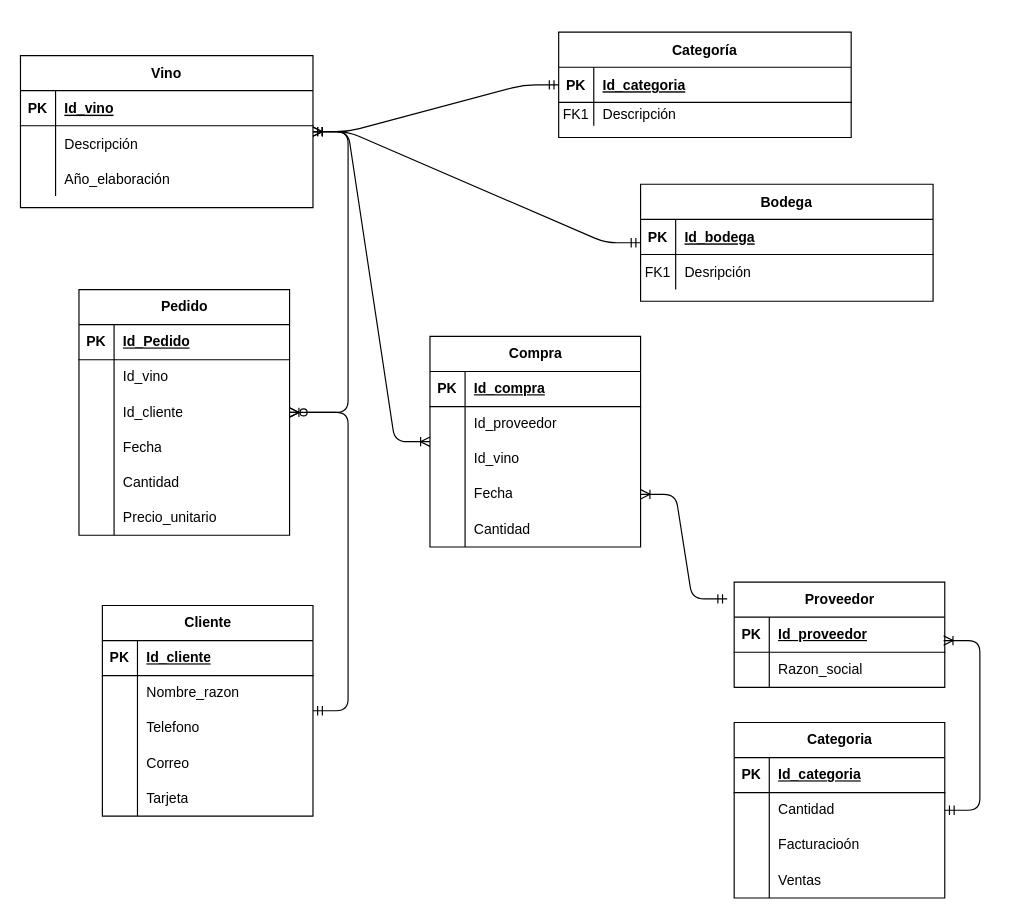
Above: Diagrama sin título.drawio in SamYuyita/Un-vino-ahora-gps (draw.io), before the change. Source tidied: cells renumbered, new cells numbered last; positions are measured from the earlier drawing's top-left corner, leaving out a move shared by most shapes. Both pictures are drawn from the tidied source at 117%, with x=0, y=0 at pixel (20, 32).
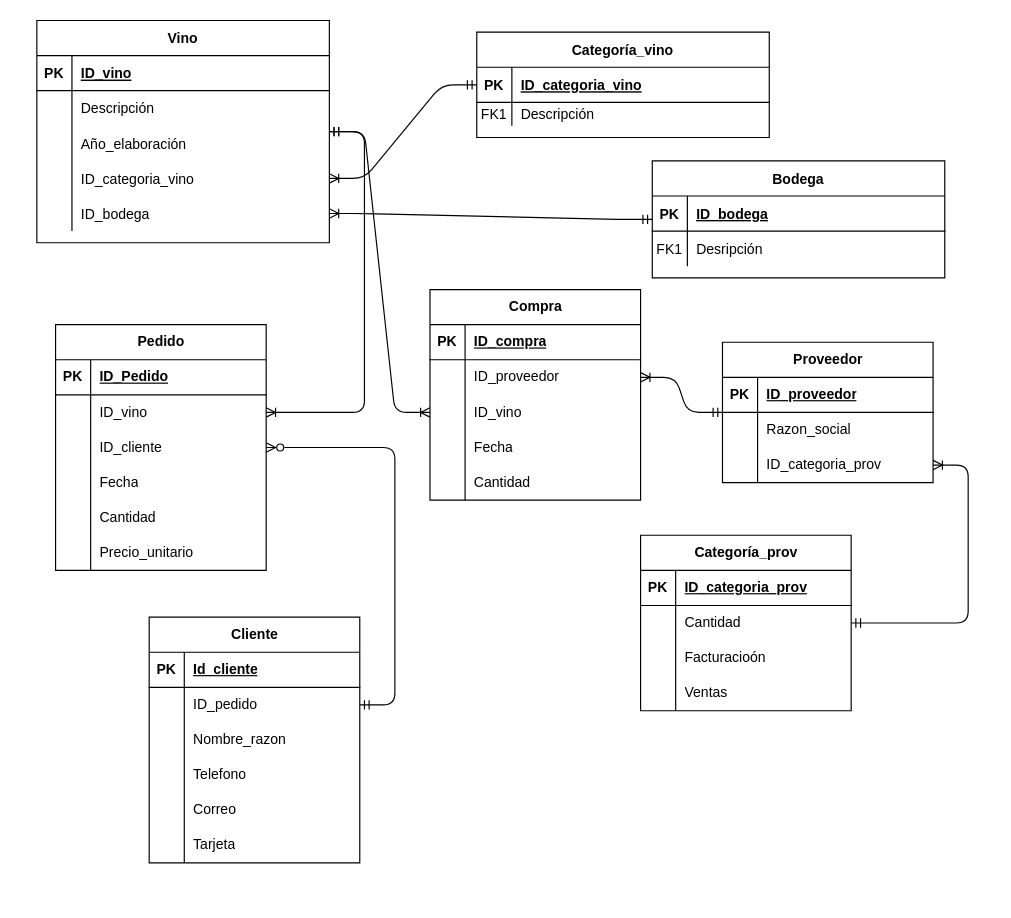
Above is the later version.

Unchanged cells that the change refers to:
```xml
<mxCell id="5" style="shape=partialRectangle;fillColor=none;top=0;left=0;right=0;bottom=1;" parent="4" vertex="1">
  <mxGeometry y="30" width="250" height="30" as="geometry" />
</mxCell>
<mxCell id="12" style="shape=partialRectangle;fillColor=none;top=0;left=0;right=0;bottom=1;" parent="11" vertex="1">
  <mxGeometry y="30" width="250" height="30" as="geometry" />
</mxCell>
<mxCell id="19" style="shape=partialRectangle;fillColor=none;top=0;left=0;right=0;bottom=1;" parent="18" vertex="1">
  <mxGeometry y="30" width="250" height="30" as="geometry" />
</mxCell>
<mxCell id="29" style="shape=tableRow;horizontal=0;startSize=0;swimlaneHead=0;swimlaneBody=0;fillColor=none;top=0;left=0;right=0;bottom=1;" parent="28" vertex="1">
  <mxGeometry y="30" width="180" height="30" as="geometry" />
</mxCell>
<mxCell id="32" style="shape=tableRow;horizontal=0;startSize=0;swimlaneHead=0;swimlaneBody=0;fillColor=none;points=[[0,0.5],[1,0.5]];portConstraint=eastwest;top=0;left=0;right=0;bottom=0;" parent="28" vertex="1">
  <mxGeometry y="60" width="180" height="30" as="geometry" />
</mxCell>
<mxCell id="35" style="shape=tableRow;horizontal=0;startSize=0;swimlaneHead=0;swimlaneBody=0;fillColor=none;points=[[0,0.5],[1,0.5]];portConstraint=eastwest;top=0;left=0;right=0;bottom=0;" parent="28" vertex="1">
  <mxGeometry y="90" width="180" height="30" as="geometry" />
</mxCell>
<mxCell id="38" style="shape=tableRow;horizontal=0;startSize=0;swimlaneHead=0;swimlaneBody=0;fillColor=none;points=[[0,0.5],[1,0.5]];portConstraint=eastwest;top=0;left=0;right=0;bottom=0;" parent="28" vertex="1">
  <mxGeometry y="120" width="180" height="30" as="geometry" />
</mxCell>
<mxCell id="46" style="shape=tableRow;horizontal=0;startSize=0;swimlaneHead=0;swimlaneBody=0;fillColor=none;top=0;left=0;right=0;bottom=1;" parent="45" vertex="1">
  <mxGeometry y="30" width="180" height="30" as="geometry" />
</mxCell>
<mxCell id="53" style="shape=tableRow;horizontal=0;startSize=0;swimlaneHead=0;swimlaneBody=0;fillColor=none;top=0;left=0;right=0;bottom=1;" parent="52" vertex="1">
  <mxGeometry y="30" width="180" height="30" as="geometry" />
</mxCell>
<mxCell id="66" style="shape=tableRow;horizontal=0;startSize=0;swimlaneHead=0;swimlaneBody=0;fillColor=none;top=0;left=0;right=0;bottom=1;" parent="65" vertex="1">
  <mxGeometry y="30" width="180" height="30" as="geometry" />
</mxCell>
<mxCell id="69" style="shape=tableRow;horizontal=0;startSize=0;swimlaneHead=0;swimlaneBody=0;fillColor=none;points=[[0,0.5],[1,0.5]];portConstraint=eastwest;top=0;left=0;right=0;bottom=0;" parent="65" vertex="1">
  <mxGeometry y="60" width="180" height="30" as="geometry" />
</mxCell>
<mxCell id="72" style="shape=tableRow;horizontal=0;startSize=0;swimlaneHead=0;swimlaneBody=0;fillColor=none;points=[[0,0.5],[1,0.5]];portConstraint=eastwest;top=0;left=0;right=0;bottom=0;" parent="65" vertex="1">
  <mxGeometry y="90" width="180" height="30" as="geometry" />
</mxCell>
<mxCell id="88" style="shape=tableRow;horizontal=0;startSize=0;swimlaneHead=0;swimlaneBody=0;fillColor=none;points=[[0,0.5],[1,0.5]];portConstraint=eastwest;top=0;left=0;right=0;bottom=0;" parent="84" vertex="1">
  <mxGeometry y="60" width="180" height="30" as="geometry" />
</mxCell>
```

Change to the diagram source:
```diff
@@
-    <mxCell id="2" style="edgeStyle=entityRelationEdgeStyle;endArrow=ERmandOne;startArrow=ERoneToMany;endFill=0;startFill=0;" parent="1" edge="1" source="18" target="4">
+    <mxCell id="2" style="edgeStyle=entityRelationEdgeStyle;endArrow=ERmandOne;startArrow=ERoneToMany;endFill=0;startFill=0;" parent="1" edge="1" source="104" target="4">
       <mxGeometry relative="1" as="geometry" />
     </mxCell>
-    <mxCell id="3" style="edgeStyle=entityRelationEdgeStyle;endArrow=ERmandOne;startArrow=ERoneToMany;endFill=0;startFill=0;" parent="1" edge="1" source="18" target="11">
+    <mxCell id="3" style="edgeStyle=entityRelationEdgeStyle;endArrow=ERmandOne;startArrow=ERoneToMany;endFill=0;startFill=0;" parent="1" edge="1" source="107" target="11">
       <mxGeometry relative="1" as="geometry">
         <Array as="points">
           <mxPoint x="370" y="210" />
         </Array>
       </mxGeometry>
     </mxCell>
-    <mxCell id="4" value="Categoría" style="shape=table;startSize=30;childLayout=tableLayout;rowLines=0;fontStyle=1;align=center;" parent="1" vertex="1">
-      <mxGeometry x="460" width="250" height="90" as="geometry" />
+    <mxCell id="4" value="Categoría_vino" style="shape=table;startSize=30;childLayout=tableLayout;rowLines=0;fontStyle=1;align=center;" parent="1" vertex="1">
+      <mxGeometry x="390" width="250" height="90" as="geometry" />
     </mxCell>
@@
-    <mxCell id="7" value="Id_categoria" style="shape=partialRectangle;overflow=hidden;fillColor=none;top=0;left=0;bottom=0;right=0;align=left;spacingLeft=6;fontStyle=5;" parent="5" vertex="1">
+    <mxCell id="7" value="ID_categoria_vino" style="shape=partialRectangle;overflow=hidden;fillColor=none;top=0;left=0;bottom=0;right=0;align=left;spacingLeft=6;fontStyle=5;" parent="5" vertex="1">
       <mxGeometry x="30" width="220" height="30" as="geometry" />
     </mxCell>
@@
     <mxCell id="11" value="Bodega" style="shape=table;startSize=30;childLayout=tableLayout;rowLines=0;fontStyle=1;align=center;" parent="1" vertex="1">
-      <mxGeometry x="530" y="130" width="250" height="100" as="geometry" />
+      <mxGeometry x="540" y="110" width="250" height="100" as="geometry" />
     </mxCell>
@@
-    <mxCell id="14" value="Id_bodega" style="shape=partialRectangle;overflow=hidden;fillColor=none;top=0;left=0;bottom=0;right=0;align=left;spacingLeft=6;fontStyle=5;" parent="12" vertex="1">
+    <mxCell id="14" value="ID_bodega" style="shape=partialRectangle;overflow=hidden;fillColor=none;top=0;left=0;bottom=0;right=0;align=left;spacingLeft=6;fontStyle=5;" parent="12" vertex="1">
       <mxGeometry x="30" width="220" height="30" as="geometry" />
     </mxCell>
@@
     <mxCell id="18" value="Vino" style="shape=table;startSize=30;childLayout=tableLayout;rowLines=0;fontStyle=1;align=center;" parent="1" vertex="1">
-      <mxGeometry y="20" width="250" height="130" as="geometry" />
+      <mxGeometry x="14" y="-10" width="250" height="190" as="geometry" />
     </mxCell>
@@
-    <mxCell id="21" value="Id_vino" style="shape=partialRectangle;overflow=hidden;fillColor=none;top=0;left=0;bottom=0;right=0;align=left;spacingLeft=6;fontStyle=5;" parent="19" vertex="1">
+    <mxCell id="21" value="ID_vino" style="shape=partialRectangle;overflow=hidden;fillColor=none;top=0;left=0;bottom=0;right=0;align=left;spacingLeft=6;fontStyle=5;" parent="19" vertex="1">
       <mxGeometry x="30" width="220" height="30" as="geometry" />
     </mxCell>
@@
+    <mxCell id="104" style="shape=partialRectangle;fillColor=none;points=[[0,0.5],[1,0.5]];portConstraint=eastwest;top=0;left=0;right=0;bottom=0;" parent="18" vertex="1">
+      <mxGeometry y="120" width="250" height="30" as="geometry" />
+    </mxCell>
+    <mxCell id="105" style="shape=partialRectangle;overflow=hidden;fillColor=none;top=0;left=0;bottom=0;right=0;" parent="104" vertex="1">
+      <mxGeometry width="30" height="30" as="geometry" />
+    </mxCell>
+    <mxCell id="106" value="ID_categoria_vino" style="shape=partialRectangle;overflow=hidden;fillColor=none;top=0;left=0;bottom=0;right=0;align=left;spacingLeft=6;" parent="104" vertex="1">
+      <mxGeometry x="30" width="220" height="30" as="geometry" />
+    </mxCell>
+    <mxCell id="107" style="shape=partialRectangle;fillColor=none;points=[[0,0.5],[1,0.5]];portConstraint=eastwest;top=0;left=0;right=0;bottom=0;" parent="18" vertex="1">
+      <mxGeometry y="150" width="250" height="30" as="geometry" />
+    </mxCell>
+    <mxCell id="108" style="shape=partialRectangle;overflow=hidden;fillColor=none;top=0;left=0;bottom=0;right=0;" parent="107" vertex="1">
+      <mxGeometry width="30" height="30" as="geometry" />
+    </mxCell>
+    <mxCell id="109" value="ID_bodega" style="shape=partialRectangle;overflow=hidden;fillColor=none;top=0;left=0;bottom=0;right=0;align=left;spacingLeft=6;" parent="107" vertex="1">
+      <mxGeometry x="30" width="220" height="30" as="geometry" />
+    </mxCell>
     <mxCell id="28" value="Compra" style="shape=table;startSize=30;childLayout=tableLayout;rowLines=0;fontStyle=1;align=center;html=1;" parent="1" vertex="1">
-      <mxGeometry x="350" y="260" width="180" height="180" as="geometry" />
+      <mxGeometry x="350" y="220" width="180" height="180" as="geometry" />
     </mxCell>
@@
-    <mxCell id="31" value="Id_compra" style="shape=partialRectangle;fillColor=none;top=0;left=0;bottom=0;right=0;align=left;spacingLeft=6;fontStyle=5;overflow=hidden;whiteSpace=wrap;html=1;" parent="29" vertex="1">
+    <mxCell id="31" value="ID_compra" style="shape=partialRectangle;fillColor=none;top=0;left=0;bottom=0;right=0;align=left;spacingLeft=6;fontStyle=5;overflow=hidden;whiteSpace=wrap;html=1;" parent="29" vertex="1">
       <mxGeometry x="30" width="150" height="30" as="geometry" />
     </mxCell>
@@
-    <mxCell id="34" value="Id_proveedor" style="shape=partialRectangle;fillColor=none;top=0;left=0;bottom=0;right=0;align=left;spacingLeft=6;overflow=hidden;whiteSpace=wrap;html=1;" parent="32" vertex="1">
+    <mxCell id="34" value="ID_proveedor" style="shape=partialRectangle;fillColor=none;top=0;left=0;bottom=0;right=0;align=left;spacingLeft=6;overflow=hidden;whiteSpace=wrap;html=1;" parent="32" vertex="1">
       <mxGeometry x="30" width="150" height="30" as="geometry" />
     </mxCell>
@@
-    <mxCell id="37" value="Id_vino" style="shape=partialRectangle;fillColor=none;top=0;left=0;bottom=0;right=0;align=left;spacingLeft=6;overflow=hidden;whiteSpace=wrap;html=1;" parent="35" vertex="1">
+    <mxCell id="37" value="ID_vino" style="shape=partialRectangle;fillColor=none;top=0;left=0;bottom=0;right=0;align=left;spacingLeft=6;overflow=hidden;whiteSpace=wrap;html=1;" parent="35" vertex="1">
       <mxGeometry x="30" width="150" height="30" as="geometry" />
     </mxCell>
@@
-    <mxCell id="44" style="edgeStyle=entityRelationEdgeStyle;endArrow=ERoneToMany;startArrow=ERmandOne;endFill=0;startFill=0;" parent="1" edge="1" source="18" target="28">
+    <mxCell id="44" style="edgeStyle=entityRelationEdgeStyle;endArrow=ERoneToMany;startArrow=ERmandOne;endFill=0;startFill=0;" parent="1" edge="1" source="18" target="35">
       <mxGeometry relative="1" as="geometry">
         <Array as="points">
           <mxPoint x="180" y="230" />
           <mxPoint x="200" y="190" />
           <mxPoint x="380" y="220" />
           <mxPoint x="350" y="300" />
         </Array>
       </mxGeometry>
     </mxCell>
     <mxCell id="45" value="Proveedor" style="shape=table;startSize=30;childLayout=tableLayout;rowLines=0;fontStyle=1;align=center;html=1;" parent="1" vertex="1">
-      <mxGeometry x="610" y="470" width="180" height="90" as="geometry" />
+      <mxGeometry x="600" y="265" width="180" height="120" as="geometry" />
     </mxCell>
@@
-    <mxCell id="48" value="Id_proveedor" style="shape=partialRectangle;fillColor=none;top=0;left=0;bottom=0;right=0;align=left;spacingLeft=6;fontStyle=5;overflow=hidden;whiteSpace=wrap;html=1;" parent="46" vertex="1">
+    <mxCell id="48" value="ID_proveedor" style="shape=partialRectangle;fillColor=none;top=0;left=0;bottom=0;right=0;align=left;spacingLeft=6;fontStyle=5;overflow=hidden;whiteSpace=wrap;html=1;" parent="46" vertex="1">
       <mxGeometry x="30" width="150" height="30" as="geometry" />
     </mxCell>
@@
+    <mxCell id="110" style="shape=tableRow;horizontal=0;startSize=0;swimlaneHead=0;swimlaneBody=0;fillColor=none;points=[[0,0.5],[1,0.5]];portConstraint=eastwest;top=0;left=0;right=0;bottom=0;" parent="45" vertex="1">
+      <mxGeometry y="90" width="180" height="30" as="geometry" />
+    </mxCell>
+    <mxCell id="111" style="shape=partialRectangle;fillColor=none;top=0;left=0;bottom=0;right=0;overflow=hidden;whiteSpace=wrap;html=1;" parent="110" vertex="1">
+      <mxGeometry width="30" height="30" as="geometry" />
+    </mxCell>
+    <mxCell id="112" value="ID_categoria_prov" style="shape=partialRectangle;fillColor=none;top=0;left=0;bottom=0;right=0;align=left;spacingLeft=6;overflow=hidden;whiteSpace=wrap;html=1;" parent="110" vertex="1">
+      <mxGeometry x="30" width="150" height="30" as="geometry" />
+    </mxCell>
-    <mxCell id="52" value="Categoria" style="shape=table;startSize=30;childLayout=tableLayout;rowLines=0;fontStyle=1;align=center;html=1;" parent="1" vertex="1">
-      <mxGeometry x="610" y="590" width="180" height="150" as="geometry" />
+    <mxCell id="52" value="Categoría_prov" style="shape=table;startSize=30;childLayout=tableLayout;rowLines=0;fontStyle=1;align=center;html=1;" parent="1" vertex="1">
+      <mxGeometry x="530" y="430" width="180" height="150" as="geometry" />
     </mxCell>
@@
-    <mxCell id="55" value="Id_categoria" style="shape=partialRectangle;fillColor=none;top=0;left=0;bottom=0;right=0;align=left;spacingLeft=6;fontStyle=5;overflow=hidden;whiteSpace=wrap;html=1;" parent="53" vertex="1">
+    <mxCell id="55" value="ID_categoria_prov" style="shape=partialRectangle;fillColor=none;top=0;left=0;bottom=0;right=0;align=left;spacingLeft=6;fontStyle=5;overflow=hidden;whiteSpace=wrap;html=1;" parent="53" vertex="1">
       <mxGeometry x="30" width="150" height="30" as="geometry" />
     </mxCell>
@@
     <mxCell id="65" value="Pedido" style="shape=table;startSize=30;childLayout=tableLayout;rowLines=0;fontStyle=1;align=center;html=1;" parent="1" vertex="1">
-      <mxGeometry x="50" y="220" width="180" height="210" as="geometry" />
+      <mxGeometry x="30" y="250" width="180" height="210" as="geometry" />
     </mxCell>
@@
-    <mxCell id="68" value="Id_Pedido" style="shape=partialRectangle;fillColor=none;top=0;left=0;bottom=0;right=0;align=left;spacingLeft=6;fontStyle=5;overflow=hidden;whiteSpace=wrap;html=1;" parent="66" vertex="1">
+    <mxCell id="68" value="ID_Pedido" style="shape=partialRectangle;fillColor=none;top=0;left=0;bottom=0;right=0;align=left;spacingLeft=6;fontStyle=5;overflow=hidden;whiteSpace=wrap;html=1;" parent="66" vertex="1">
       <mxGeometry x="30" width="150" height="30" as="geometry" />
     </mxCell>
@@
-    <mxCell id="71" value="Id_vino" style="shape=partialRectangle;fillColor=none;top=0;left=0;bottom=0;right=0;align=left;spacingLeft=6;overflow=hidden;whiteSpace=wrap;html=1;" parent="69" vertex="1">
+    <mxCell id="71" value="ID_vino" style="shape=partialRectangle;fillColor=none;top=0;left=0;bottom=0;right=0;align=left;spacingLeft=6;overflow=hidden;whiteSpace=wrap;html=1;" parent="69" vertex="1">
       <mxGeometry x="30" width="150" height="30" as="geometry" />
     </mxCell>
@@
-    <mxCell id="74" value="Id_cliente" style="shape=partialRectangle;fillColor=none;top=0;left=0;bottom=0;right=0;align=left;spacingLeft=6;overflow=hidden;whiteSpace=wrap;html=1;" parent="72" vertex="1">
+    <mxCell id="74" value="ID_cliente" style="shape=partialRectangle;fillColor=none;top=0;left=0;bottom=0;right=0;align=left;spacingLeft=6;overflow=hidden;whiteSpace=wrap;html=1;" parent="72" vertex="1">
       <mxGeometry x="30" width="150" height="30" as="geometry" />
     </mxCell>
@@
+    <mxCell id="100" style="edgeStyle=entityRelationEdgeStyle;fontSize=12;html=1;endArrow=ERmandOne;startArrow=ERoneToMany;rounded=1;endFill=0;startFill=0;curved=0;" parent="1" edge="1" source="32" target="45">
+      <mxGeometry relative="1" as="geometry" />
+    </mxCell>
+    <mxCell id="101" style="edgeStyle=entityRelationEdgeStyle;fontSize=12;html=1;endArrow=ERmandOne;startArrow=ERoneToMany;rounded=1;endFill=0;startFill=0;curved=0;" parent="1" edge="1" source="110" target="52">
+      <mxGeometry relative="1" as="geometry" />
+    </mxCell>
+    <mxCell id="102" style="edgeStyle=entityRelationEdgeStyle;endArrow=ERoneToMany;startArrow=ERmandOne;endFill=0;startFill=0;" parent="1" edge="1" source="18" target="69">
+      <mxGeometry relative="1" as="geometry">
+        <Array as="points">
+          <mxPoint x="190" y="240" />
+          <mxPoint x="210" y="200" />
+          <mxPoint x="390" y="230" />
+          <mxPoint x="360" y="310" />
+        </Array>
+      </mxGeometry>
+    </mxCell>
+    <mxCell id="103" style="edgeStyle=entityRelationEdgeStyle;endArrow=ERmandOne;startArrow=ERzeroToMany;endFill=0;startFill=0;" parent="1" edge="1" source="72" target="88">
+      <mxGeometry relative="1" as="geometry">
+        <Array as="points">
+          <mxPoint x="220" y="515" />
+          <mxPoint x="240" y="475" />
+          <mxPoint x="420" y="505" />
+          <mxPoint x="390" y="585" />
+        </Array>
+      </mxGeometry>
+    </mxCell>
     <mxCell id="84" value="Cliente" style="shape=table;startSize=30;childLayout=tableLayout;rowLines=0;fontStyle=1;align=center;html=1;" parent="1" vertex="1">
-      <mxGeometry x="70" y="490" width="180" height="180" as="geometry" />
+      <mxGeometry x="110" y="500" width="180" height="210" as="geometry" />
     </mxCell>
@@
-    <mxCell id="90" value="Nombre_razon" style="shape=partialRectangle;fillColor=none;top=0;left=0;bottom=0;right=0;align=left;spacingLeft=6;overflow=hidden;whiteSpace=wrap;html=1;" parent="88" vertex="1">
+    <mxCell id="90" value="ID_pedido" style="shape=partialRectangle;fillColor=none;top=0;left=0;bottom=0;right=0;align=left;spacingLeft=6;overflow=hidden;whiteSpace=wrap;html=1;" parent="88" vertex="1">
       <mxGeometry x="30" width="150" height="30" as="geometry" />
     </mxCell>
+    <mxCell id="113" style="shape=tableRow;horizontal=0;startSize=0;swimlaneHead=0;swimlaneBody=0;fillColor=none;top=0;left=0;right=0;bottom=0;" parent="84" vertex="1">
+      <mxGeometry y="90" width="180" height="30" as="geometry" />
+    </mxCell>
+    <mxCell id="114" style="shape=partialRectangle;fillColor=none;top=0;left=0;bottom=0;right=0;overflow=hidden;whiteSpace=wrap;html=1;" parent="113" vertex="1">
+      <mxGeometry width="30" height="30" as="geometry" />
+    </mxCell>
+    <mxCell id="115" value="Nombre_razon" style="shape=partialRectangle;fillColor=none;top=0;left=0;bottom=0;right=0;align=left;spacingLeft=6;overflow=hidden;whiteSpace=wrap;html=1;" parent="113" vertex="1">
+      <mxGeometry x="30" width="150" height="30" as="geometry" />
+    </mxCell>
     <mxCell id="91" style="shape=tableRow;horizontal=0;startSize=0;swimlaneHead=0;swimlaneBody=0;fillColor=none;top=0;left=0;right=0;bottom=0;" parent="84" vertex="1">
-      <mxGeometry y="90" width="180" height="30" as="geometry" />
+      <mxGeometry y="120" width="180" height="30" as="geometry" />
     </mxCell>
@@
     <mxCell id="94" style="shape=tableRow;horizontal=0;startSize=0;swimlaneHead=0;swimlaneBody=0;fillColor=none;top=0;left=0;right=0;bottom=0;" parent="84" vertex="1">
-      <mxGeometry y="120" width="180" height="30" as="geometry" />
+      <mxGeometry y="150" width="180" height="30" as="geometry" />
     </mxCell>
@@
     <mxCell id="97" style="shape=tableRow;horizontal=0;startSize=0;swimlaneHead=0;swimlaneBody=0;fillColor=none;top=0;left=0;right=0;bottom=0;" parent="84" vertex="1">
-      <mxGeometry y="150" width="180" height="30" as="geometry" />
+      <mxGeometry y="180" width="180" height="30" as="geometry" />
     </mxCell>
@@
-    <mxCell id="100" style="edgeStyle=entityRelationEdgeStyle;fontSize=12;html=1;endArrow=ERmandOne;startArrow=ERoneToMany;rounded=1;exitX=1;exitY=0.5;exitDx=0;exitDy=0;entryX=-0.033;entryY=0.16;entryDx=0;entryDy=0;entryPerimeter=0;endFill=0;startFill=0;curved=0;" parent="1" edge="1" source="38" target="45">
-      <mxGeometry relative="1" as="geometry" />
-    </mxCell>
-    <mxCell id="101" style="edgeStyle=entityRelationEdgeStyle;fontSize=12;html=1;endArrow=ERmandOne;startArrow=ERoneToMany;rounded=1;exitX=1.011;exitY=0.3;exitDx=0;exitDy=0;endFill=0;startFill=0;curved=0;exitPerimeter=0;" parent="1" edge="1" target="52">
-      <mxGeometry relative="1" as="geometry">
-        <mxPoint x="789" y="520" as="sourcePoint" />
-      </mxGeometry>
-    </mxCell>
-    <mxCell id="102" style="edgeStyle=entityRelationEdgeStyle;endArrow=ERoneToMany;startArrow=ERmandOne;endFill=0;startFill=0;" parent="1" edge="1" source="18" target="65">
-      <mxGeometry relative="1" as="geometry">
-        <Array as="points">
-          <mxPoint x="190" y="240" />
-          <mxPoint x="210" y="200" />
-          <mxPoint x="390" y="230" />
-          <mxPoint x="360" y="310" />
-        </Array>
-      </mxGeometry>
-    </mxCell>
-    <mxCell id="103" style="edgeStyle=entityRelationEdgeStyle;endArrow=ERmandOne;startArrow=ERzeroToMany;endFill=0;startFill=0;" parent="1" edge="1" source="65" target="84">
-      <mxGeometry relative="1" as="geometry">
-        <Array as="points">
-          <mxPoint x="220" y="515" />
-          <mxPoint x="240" y="475" />
-          <mxPoint x="420" y="505" />
-          <mxPoint x="390" y="585" />
-        </Array>
-      </mxGeometry>
-    </mxCell>
```
